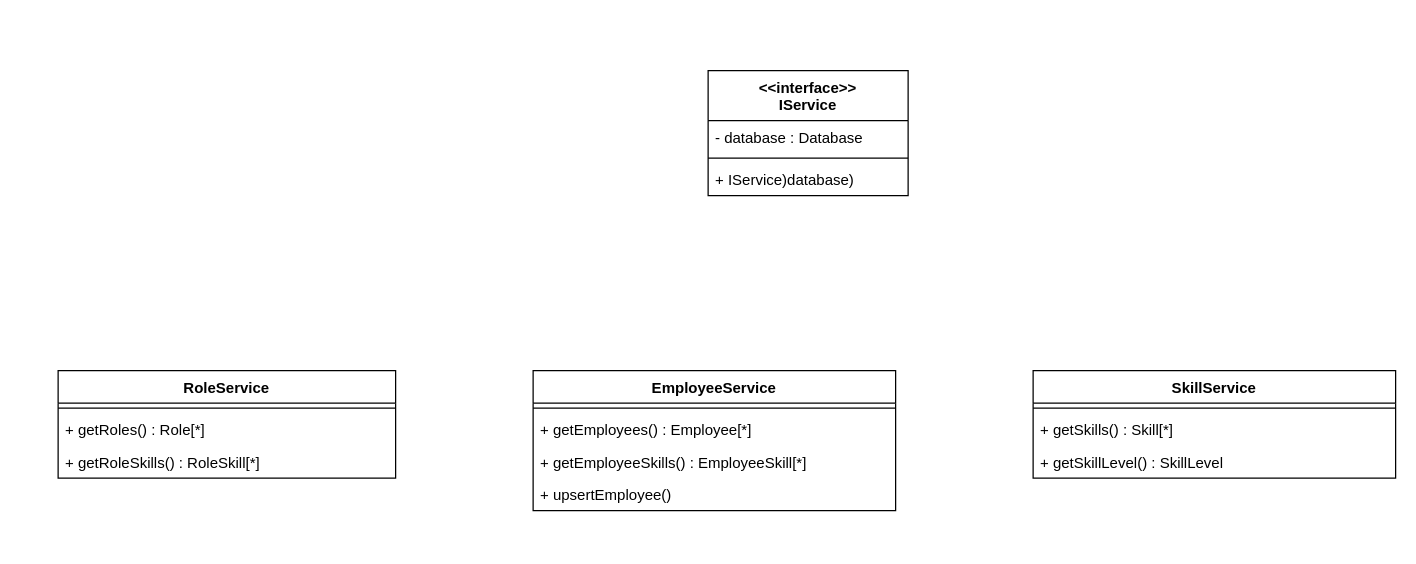
The draw.io diagram Implementation.drawio in learningCurve89/WorkBasedPortfolios, before the edit. Source tidied: cells renumbered, new cells numbered last; positions are measured from the earlier drawing's top-left corner, leaving out a move shared by most shapes. Both pictures are drawn from the tidied source at 125%, with x=0, y=0 at pixel (58, 70).
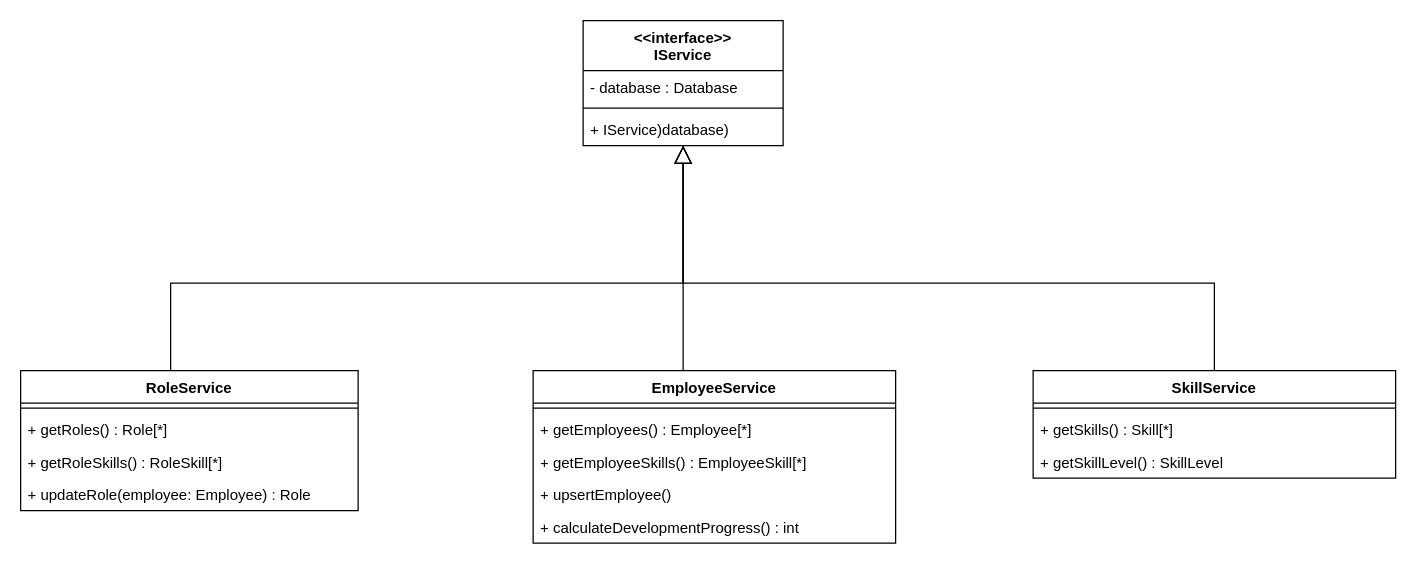
The same diagram, later.

Unchanged cells that the change refers to:
```xml
<mxCell id="2" value="SkillService" style="swimlane;fontStyle=1;align=center;verticalAlign=top;horizontal=1;startSize=26;" parent="1" vertex="1">
  <mxGeometry x="780" y="240" width="290" height="86" as="geometry" />
</mxCell>
```

What changed in the source:
```diff
@@
+    <mxCell id="19" style="edgeStyle=orthogonalEdgeStyle;rounded=0;jettySize=auto;html=1;endArrow=block;endFill=0;endSize=12;" parent="1" edge="1" source="2" target="6">
+      <mxGeometry relative="1" as="geometry">
+        <Array as="points">
+          <mxPoint x="925" y="170" />
+          <mxPoint x="500" y="170" />
+        </Array>
+      </mxGeometry>
+    </mxCell>
@@
     <mxCell id="6" value="&lt;&lt;interface&gt;&gt;&#10;IService" style="swimlane;fontStyle=1;align=center;verticalAlign=top;horizontal=1;startSize=40;" parent="1" vertex="1">
-      <mxGeometry x="520" width="160" height="100" as="geometry" />
+      <mxGeometry x="420" y="-40" width="160" height="100" as="geometry" />
     </mxCell>
@@
+    <mxCell id="20" style="edgeStyle=orthogonalEdgeStyle;rounded=0;jettySize=auto;html=1;endArrow=block;endFill=0;endSize=12;" parent="1" edge="1" source="10" target="6">
+      <mxGeometry relative="1" as="geometry">
+        <Array as="points">
+          <mxPoint x="90" y="170" />
+          <mxPoint x="500" y="170" />
+        </Array>
+      </mxGeometry>
+    </mxCell>
     <mxCell id="10" value="RoleService" style="swimlane;fontStyle=1;align=center;verticalAlign=top;horizontal=1;startSize=26;" parent="1" vertex="1">
-      <mxGeometry y="240" width="270" height="86" as="geometry" />
+      <mxGeometry x="-30" y="240" width="270" height="112" as="geometry" />
     </mxCell>
@@
+    <mxCell id="21" value="+ getRoleSkills() : RoleSkill[*]" style="text;strokeColor=none;fillColor=none;align=left;verticalAlign=top;spacingLeft=4;spacingRight=4;overflow=hidden;" parent="10" vertex="1">
+      <mxGeometry y="60" width="270" height="26" as="geometry" />
+    </mxCell>
-    <mxCell id="13" value="+ getRoleSkills() : RoleSkill[*]" style="text;strokeColor=none;fillColor=none;align=left;verticalAlign=top;spacingLeft=4;spacingRight=4;overflow=hidden;" parent="10" vertex="1">
-      <mxGeometry y="60" width="270" height="26" as="geometry" />
+    <mxCell id="13" value="+ updateRole(employee: Employee) : Role" style="text;strokeColor=none;fillColor=none;align=left;verticalAlign=top;spacingLeft=4;spacingRight=4;overflow=hidden;" parent="10" vertex="1">
+      <mxGeometry y="86" width="270" height="26" as="geometry" />
     </mxCell>
+    <mxCell id="22" style="edgeStyle=orthogonalEdgeStyle;rounded=0;jettySize=auto;html=1;endArrow=block;endFill=0;endSize=12;" parent="1" edge="1" source="14" target="6">
+      <mxGeometry relative="1" as="geometry">
+        <Array as="points">
+          <mxPoint x="500" y="200" />
+          <mxPoint x="500" y="200" />
+        </Array>
+      </mxGeometry>
+    </mxCell>
     <mxCell id="14" value="EmployeeService" style="swimlane;fontStyle=1;align=center;verticalAlign=top;horizontal=1;startSize=26;" parent="1" vertex="1">
-      <mxGeometry x="380" y="240" width="290" height="112" as="geometry" />
+      <mxGeometry x="380" y="240" width="290" height="138" as="geometry" />
     </mxCell>
@@
+    <mxCell id="23" value="+ upsertEmployee()" style="text;strokeColor=none;fillColor=none;align=left;verticalAlign=top;spacingLeft=4;spacingRight=4;overflow=hidden;" parent="14" vertex="1">
+      <mxGeometry y="86" width="290" height="26" as="geometry" />
+    </mxCell>
-    <mxCell id="18" value="+ upsertEmployee()" style="text;strokeColor=none;fillColor=none;align=left;verticalAlign=top;spacingLeft=4;spacingRight=4;overflow=hidden;" parent="14" vertex="1">
-      <mxGeometry y="86" width="290" height="26" as="geometry" />
+    <mxCell id="18" value="+ calculateDevelopmentProgress() : int" style="text;strokeColor=none;fillColor=none;align=left;verticalAlign=top;spacingLeft=4;spacingRight=4;overflow=hidden;" parent="14" vertex="1">
+      <mxGeometry y="112" width="290" height="26" as="geometry" />
     </mxCell>
```
